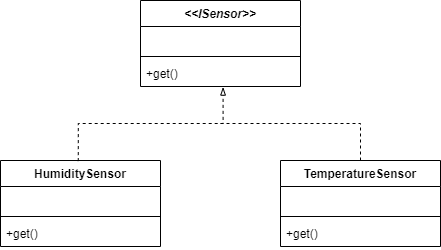
The draw.io diagram More Design Principles/Coupling and Cohesion/Good Cohesion.png in smitbmx/Architecture-Diagrams, before a commit. Source tidied: cells renumbered, new cells last; positions are measured from the earlier drawing's top-left corner, leaving out a move shared by most shapes.
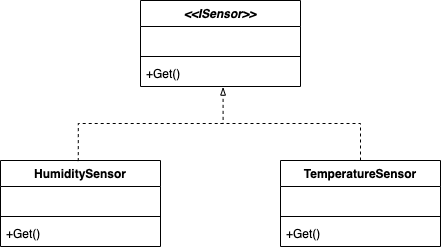
After the commit.

Change to the diagram source:
```diff
@@ -11,7 +11,7 @@
     <mxCell id="4" style="line;strokeWidth=1;fillColor=none;align=left;verticalAlign=middle;spacingTop=-1;spacingLeft=3;spacingRight=3;labelPosition=right;" parent="2" vertex="1">
       <mxGeometry y="52" width="160" height="8" as="geometry" />
     </mxCell>
-    <mxCell id="5" value="+get()" style="text;strokeColor=none;fillColor=none;align=left;verticalAlign=top;spacingLeft=4;spacingRight=4;overflow=hidden;points=[[0,0.5],[1,0.5]];portConstraint=eastwest;" parent="2" vertex="1">
+    <mxCell id="5" value="+Get()" style="text;strokeColor=none;fillColor=none;align=left;verticalAlign=top;spacingLeft=4;spacingRight=4;overflow=hidden;points=[[0,0.5],[1,0.5]];portConstraint=eastwest;" parent="2" vertex="1">
       <mxGeometry y="60" width="160" height="26" as="geometry" />
     </mxCell>
     <mxCell id="6" value="HumiditySensor" style="swimlane;fontStyle=1;align=center;verticalAlign=top;horizontal=1;startSize=26;" parent="1" vertex="1">
@@ -23,7 +23,7 @@
     <mxCell id="8" style="line;strokeWidth=1;fillColor=none;align=left;verticalAlign=middle;spacingTop=-1;spacingLeft=3;spacingRight=3;labelPosition=right;" parent="6" vertex="1">
       <mxGeometry y="52" width="160" height="8" as="geometry" />
     </mxCell>
-    <mxCell id="9" value="+get()" style="text;strokeColor=none;fillColor=none;align=left;verticalAlign=top;spacingLeft=4;spacingRight=4;overflow=hidden;" parent="6" vertex="1">
+    <mxCell id="9" value="+Get()" style="text;strokeColor=none;fillColor=none;align=left;verticalAlign=top;spacingLeft=4;spacingRight=4;overflow=hidden;" parent="6" vertex="1">
       <mxGeometry y="60" width="160" height="26" as="geometry" />
     </mxCell>
     <mxCell id="10" value="TemperatureSensor" style="swimlane;fontStyle=1;align=center;verticalAlign=top;horizontal=1;startSize=26;" parent="1" vertex="1">
@@ -35,7 +35,7 @@
     <mxCell id="12" style="line;strokeWidth=1;fillColor=none;align=left;verticalAlign=middle;spacingTop=-1;spacingLeft=3;spacingRight=3;labelPosition=right;" parent="10" vertex="1">
       <mxGeometry y="52" width="160" height="8" as="geometry" />
     </mxCell>
-    <mxCell id="13" value="+get()" style="text;strokeColor=none;fillColor=none;align=left;verticalAlign=top;spacingLeft=4;spacingRight=4;overflow=hidden;" parent="10" vertex="1">
+    <mxCell id="13" value="+Get()" style="text;strokeColor=none;fillColor=none;align=left;verticalAlign=top;spacingLeft=4;spacingRight=4;overflow=hidden;" parent="10" vertex="1">
       <mxGeometry y="60" width="160" height="26" as="geometry" />
     </mxCell>
     <mxCell id="14" style="endArrow=none;dashed=1;html=1;entryX=0.5;entryY=0;entryDx=0;entryDy=0;edgeStyle=orthogonalEdgeStyle;rounded=0;" parent="1" edge="1" target="10">
```
